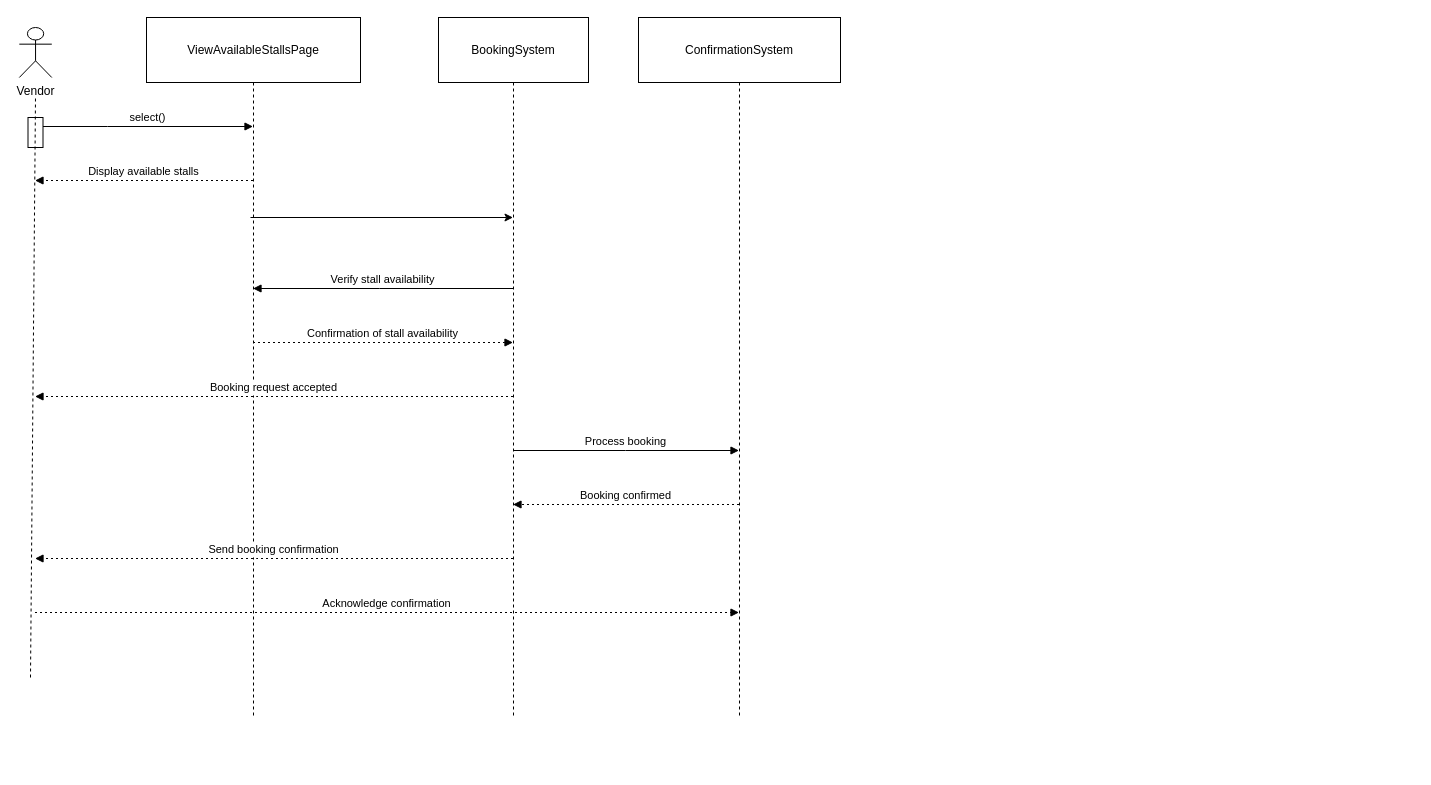
This is sequencediagram.drawio from osasuyiuhunmwagho/Hinton-Hotel-Sequence-Diagram, a draw.io file, before an edit. Source tidied: cells renumbered, new cells numbered last; positions are measured from the earlier drawing's top-left corner, leaving out a move shared by most shapes. Both pictures are drawn from the tidied source at 100%, with x=0, y=0 at pixel (19, 17).
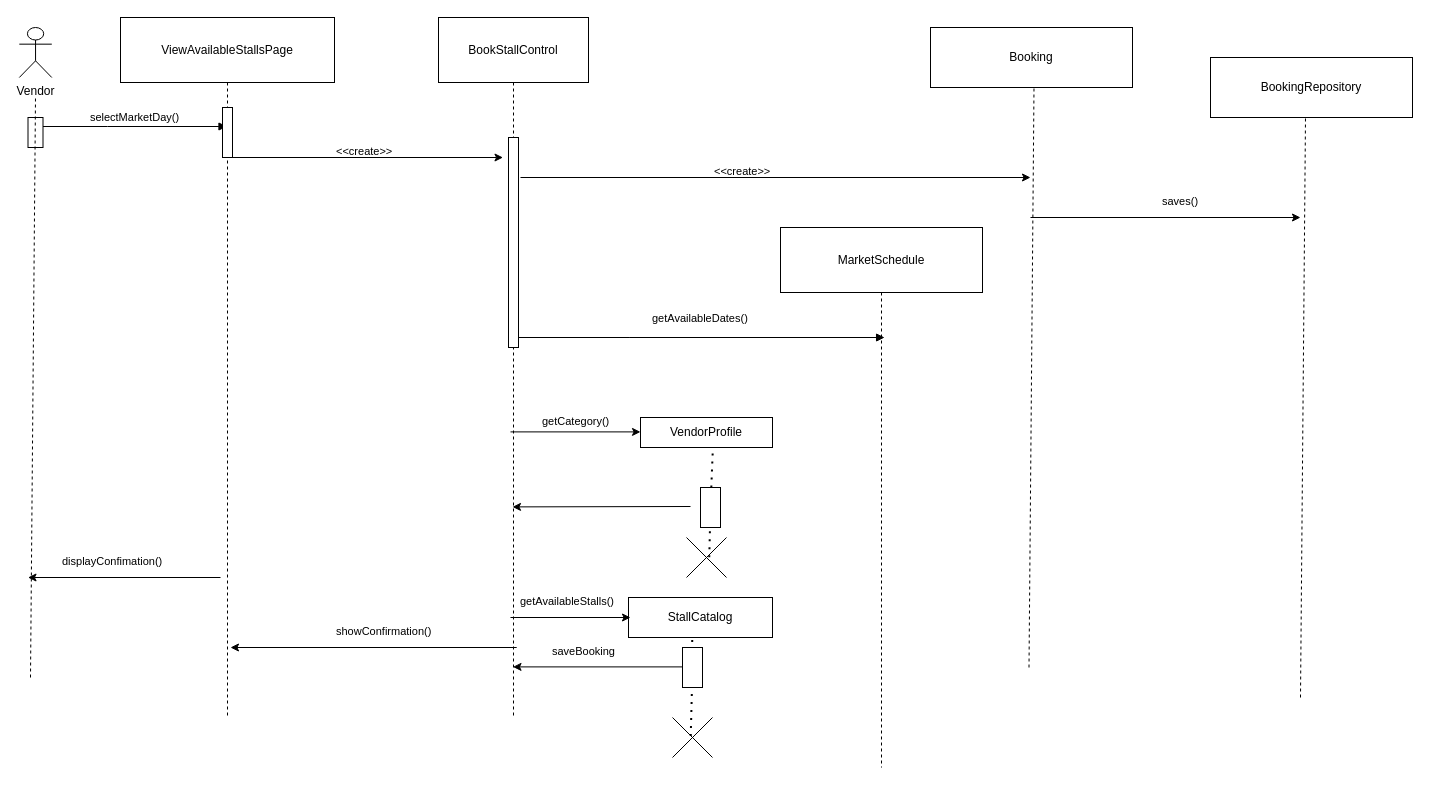
Above is the later version.

Unchanged cells that the change refers to:
```xml
<mxCell id="15" style="rounded=0;whiteSpace=wrap;html=1;" parent="1" vertex="1">
  <mxGeometry x="8.5" y="100" width="15" height="30" as="geometry" />
</mxCell>
```

The edit, as a diff of the source:
```diff
@@
     <mxCell id="2" value="ViewAvailableStallsPage" style="shape=umlLifeline;perimeter=lifelinePerimeter;whiteSpace=wrap;outlineConnect=0;portConstraint=eastwest;newEdgeStyle={&quot;edgeStyle&quot;:&quot;elbowEdgeStyle&quot;,&quot;elbow&quot;:&quot;vertical&quot;,&quot;curved&quot;:0,&quot;rounded&quot;:0};size=65;" parent="1" vertex="1">
-      <mxGeometry x="127" width="214" height="700" as="geometry" />
+      <mxGeometry x="101" width="214" height="700" as="geometry" />
     </mxCell>
-    <mxCell id="3" value="BookingSystem" style="shape=umlLifeline;perimeter=lifelinePerimeter;whiteSpace=wrap;outlineConnect=0;portConstraint=eastwest;newEdgeStyle={&quot;edgeStyle&quot;:&quot;elbowEdgeStyle&quot;,&quot;elbow&quot;:&quot;vertical&quot;,&quot;curved&quot;:0,&quot;rounded&quot;:0};size=65;" parent="1" vertex="1">
+    <mxCell id="3" value="BookStallControl" style="shape=umlLifeline;perimeter=lifelinePerimeter;whiteSpace=wrap;outlineConnect=0;portConstraint=eastwest;newEdgeStyle={&quot;edgeStyle&quot;:&quot;elbowEdgeStyle&quot;,&quot;elbow&quot;:&quot;vertical&quot;,&quot;curved&quot;:0,&quot;rounded&quot;:0};size=65;" parent="1" vertex="1">
       <mxGeometry x="419" width="150" height="700" as="geometry" />
     </mxCell>
-    <mxCell id="4" value="ConfirmationSystem" style="shape=umlLifeline;perimeter=lifelinePerimeter;whiteSpace=wrap;outlineConnect=0;portConstraint=eastwest;newEdgeStyle={&quot;edgeStyle&quot;:&quot;elbowEdgeStyle&quot;,&quot;elbow&quot;:&quot;vertical&quot;,&quot;curved&quot;:0,&quot;rounded&quot;:0};size=65;" parent="1" vertex="1">
-      <mxGeometry x="619" width="202" height="700" as="geometry" />
+    <mxCell id="4" value="MarketSchedule" style="shape=umlLifeline;perimeter=lifelinePerimeter;whiteSpace=wrap;outlineConnect=0;portConstraint=eastwest;newEdgeStyle={&quot;edgeStyle&quot;:&quot;elbowEdgeStyle&quot;,&quot;elbow&quot;:&quot;vertical&quot;,&quot;curved&quot;:0,&quot;rounded&quot;:0};size=65;" parent="1" vertex="1">
+      <mxGeometry x="761" y="210" width="202" height="540" as="geometry" />
     </mxCell>
-    <mxCell id="5" value="select()" style="verticalAlign=bottom;edgeStyle=elbowEdgeStyle;elbow=vertical;curved=0;rounded=0;endArrow=block;" parent="1" edge="1" source="15" target="2">
+    <mxCell id="5" value="selectMarketDay()" style="verticalAlign=bottom;edgeStyle=elbowEdgeStyle;elbow=vertical;curved=0;rounded=0;endArrow=block;" parent="1" edge="1" source="15" target="2">
       <mxGeometry relative="1" as="geometry">
         <Array as="points">
           <mxPoint x="88" y="109" />
         </Array>
       </mxGeometry>
     </mxCell>
-    <mxCell id="6" value="Display available stalls" style="verticalAlign=bottom;edgeStyle=elbowEdgeStyle;elbow=vertical;curved=0;rounded=0;dashed=1;dashPattern=2 3;endArrow=block;" parent="1" edge="1" source="2">
-      <mxGeometry relative="1" as="geometry">
-        <mxPoint x="15.5" y="163" as="targetPoint" />
-        <Array as="points">
-          <mxPoint x="91" y="163" />
-        </Array>
-      </mxGeometry>
-    </mxCell>
-    <mxCell id="7" value="Verify stall availability" style="verticalAlign=bottom;edgeStyle=elbowEdgeStyle;elbow=vertical;curved=0;rounded=0;endArrow=block;" parent="1" edge="1" source="3" target="2">
-      <mxGeometry relative="1" as="geometry">
-        <Array as="points">
-          <mxPoint x="360" y="271" />
-        </Array>
-      </mxGeometry>
-    </mxCell>
-    <mxCell id="8" value="Confirmation of stall availability" style="verticalAlign=bottom;edgeStyle=elbowEdgeStyle;elbow=vertical;curved=0;rounded=0;dashed=1;dashPattern=2 3;endArrow=block;" parent="1" edge="1" source="2" target="3">
-      <mxGeometry relative="1" as="geometry">
-        <Array as="points">
-          <mxPoint x="357" y="325" />
-        </Array>
-      </mxGeometry>
-    </mxCell>
-    <mxCell id="9" value="Booking request accepted" style="verticalAlign=bottom;edgeStyle=elbowEdgeStyle;elbow=vertical;curved=0;rounded=0;dashed=1;dashPattern=2 3;endArrow=block;" parent="1" edge="1" source="3">
-      <mxGeometry relative="1" as="geometry">
-        <mxPoint x="15.5" y="379" as="targetPoint" />
-        <Array as="points">
-          <mxPoint x="237" y="379" />
-        </Array>
-      </mxGeometry>
-    </mxCell>
-    <mxCell id="10" value="Process booking" style="verticalAlign=bottom;edgeStyle=elbowEdgeStyle;elbow=vertical;curved=0;rounded=0;endArrow=block;" parent="1" edge="1" source="3" target="4">
-      <mxGeometry relative="1" as="geometry">
+    <mxCell id="10" value="getAvailableDates()" style="verticalAlign=bottom;edgeStyle=elbowEdgeStyle;elbow=vertical;curved=0;rounded=0;endArrow=block;" parent="1" edge="1">
+      <mxGeometry y="10" relative="1" as="geometry">
+        <mxPoint x="496.9" y="320" as="sourcePoint" />
+        <mxPoint x="865.1" y="320" as="targetPoint" />
         <Array as="points">
-          <mxPoint x="606" y="433" />
+          <mxPoint x="609.6" y="320" />
         </Array>
       </mxGeometry>
     </mxCell>
-    <mxCell id="11" value="Booking confirmed" style="verticalAlign=bottom;edgeStyle=elbowEdgeStyle;elbow=vertical;curved=0;rounded=0;dashed=1;dashPattern=2 3;endArrow=block;" parent="1" edge="1" source="4" target="3">
-      <mxGeometry relative="1" as="geometry">
-        <Array as="points">
-          <mxPoint x="609" y="487" />
-        </Array>
-      </mxGeometry>
-    </mxCell>
-    <mxCell id="12" value="Send booking confirmation" style="verticalAlign=bottom;edgeStyle=elbowEdgeStyle;elbow=vertical;curved=0;rounded=0;dashed=1;dashPattern=2 3;endArrow=block;" parent="1" edge="1" source="3">
-      <mxGeometry relative="1" as="geometry">
-        <mxPoint x="15.5" y="541" as="targetPoint" />
-        <Array as="points">
-          <mxPoint x="237" y="541" />
-        </Array>
-      </mxGeometry>
-    </mxCell>
-    <mxCell id="13" value="Acknowledge confirmation" style="verticalAlign=bottom;edgeStyle=elbowEdgeStyle;elbow=vertical;curved=0;rounded=0;dashed=1;dashPattern=2 3;endArrow=block;" parent="1" edge="1" target="4">
-      <mxGeometry relative="1" as="geometry">
-        <mxPoint x="15.5" y="595" as="sourcePoint" />
-        <Array as="points">
-          <mxPoint x="337" y="595" />
-        </Array>
-      </mxGeometry>
-    </mxCell>
@@
-    <mxCell id="18" style="endArrow=classic;html=1;rounded=0;" parent="1" edge="1" target="3">
+    <mxCell id="18" style="endArrow=classic;html=1;rounded=0;" parent="1" edge="1">
       <mxGeometry relative="1" as="geometry">
-        <mxPoint x="231" y="200" as="sourcePoint" />
+        <mxPoint x="211" y="140" as="sourcePoint" />
+        <mxPoint x="483.5" y="140" as="targetPoint" />
       </mxGeometry>
     </mxCell>
+    <mxCell id="19" value="&lt;span style=&quot;color: rgb(0, 0, 0); font-family: Helvetica; font-size: 11px; font-style: normal; font-variant-ligatures: normal; font-variant-caps: normal; font-weight: 400; letter-spacing: normal; orphans: 2; text-align: center; text-indent: 0px; text-transform: none; widows: 2; word-spacing: 0px; -webkit-text-stroke-width: 0px; white-space: nowrap; background-color: rgb(255, 255, 255); text-decoration-thickness: initial; text-decoration-style: initial; text-decoration-color: initial; float: none; display: inline !important;&quot;&gt;&amp;lt;&amp;lt;create&amp;gt;&amp;gt;&lt;/span&gt;" style="text;whiteSpace=wrap;html=1;" parent="1" vertex="1">
+      <mxGeometry x="315" y="120" width="60" height="20" as="geometry" />
+    </mxCell>
+    <mxCell id="20" style="endArrow=none;dashed=1;html=1;rounded=0;" parent="1" edge="1">
+      <mxGeometry relative="1" as="geometry">
+        <mxPoint x="1281" y="680" as="sourcePoint" />
+        <mxPoint x="1286" y="100" as="targetPoint" />
+      </mxGeometry>
+    </mxCell>
+    <mxCell id="21" value="VendorProfile" style="shape=umlLifeline;perimeter=lifelinePerimeter;whiteSpace=wrap;newEdgeStyle={&quot;edgeStyle&quot;:&quot;elbowEdgeStyle&quot;,&quot;elbow&quot;:&quot;vertical&quot;,&quot;curved&quot;:0,&quot;rounded&quot;:0};size=30;" parent="1" vertex="1">
+      <mxGeometry x="621" y="400" width="132" height="30" as="geometry" />
+    </mxCell>
+    <mxCell id="22" value="StallCatalog" style="shape=umlLifeline;perimeter=lifelinePerimeter;whiteSpace=wrap;newEdgeStyle={&quot;edgeStyle&quot;:&quot;elbowEdgeStyle&quot;,&quot;elbow&quot;:&quot;vertical&quot;,&quot;curved&quot;:0,&quot;rounded&quot;:0};size=65;" parent="1" vertex="1">
+      <mxGeometry x="609" y="580" width="144" height="40" as="geometry" />
+    </mxCell>
+    <mxCell id="23" value="Booking" style="shape=umlLifeline;perimeter=lifelinePerimeter;whiteSpace=wrap;newEdgeStyle={&quot;edgeStyle&quot;:&quot;elbowEdgeStyle&quot;,&quot;elbow&quot;:&quot;vertical&quot;,&quot;curved&quot;:0,&quot;rounded&quot;:0};size=65;" parent="1" vertex="1">
+      <mxGeometry x="911" y="10" width="202" height="60" as="geometry" />
+    </mxCell>
+    <mxCell id="24" value="BookingRepository" style="shape=umlLifeline;perimeter=lifelinePerimeter;whiteSpace=wrap;newEdgeStyle={&quot;edgeStyle&quot;:&quot;elbowEdgeStyle&quot;,&quot;elbow&quot;:&quot;vertical&quot;,&quot;curved&quot;:0,&quot;rounded&quot;:0};size=65;" parent="1" vertex="1">
+      <mxGeometry x="1191" y="40" width="202" height="60" as="geometry" />
+    </mxCell>
+    <mxCell id="25" value="&lt;span style=&quot;color: rgb(0, 0, 0); font-family: Helvetica; font-size: 11px; font-style: normal; font-variant-ligatures: normal; font-variant-caps: normal; font-weight: 400; letter-spacing: normal; orphans: 2; text-align: center; text-indent: 0px; text-transform: none; widows: 2; word-spacing: 0px; -webkit-text-stroke-width: 0px; white-space: nowrap; background-color: rgb(255, 255, 255); text-decoration-thickness: initial; text-decoration-style: initial; text-decoration-color: initial; float: none; display: inline !important;&quot;&gt;getAvailableStalls()&lt;/span&gt;" style="text;whiteSpace=wrap;html=1;" parent="1" vertex="1">
+      <mxGeometry x="499" y="570" width="60" height="40" as="geometry" />
+    </mxCell>
+    <mxCell id="26" style="endArrow=classic;html=1;rounded=0;" parent="1" edge="1">
+      <mxGeometry relative="1" as="geometry">
+        <mxPoint x="491" y="414.4" as="sourcePoint" />
+        <mxPoint x="621" y="414.4" as="targetPoint" />
+      </mxGeometry>
+    </mxCell>
+    <mxCell id="27" value="&lt;span style=&quot;color: rgb(0, 0, 0); font-family: Helvetica; font-size: 11px; font-style: normal; font-variant-ligatures: normal; font-variant-caps: normal; font-weight: 400; letter-spacing: normal; orphans: 2; text-align: center; text-indent: 0px; text-transform: none; widows: 2; word-spacing: 0px; -webkit-text-stroke-width: 0px; white-space: nowrap; background-color: rgb(255, 255, 255); text-decoration-thickness: initial; text-decoration-style: initial; text-decoration-color: initial; float: none; display: inline !important;&quot;&gt;getCategory()&lt;/span&gt;" style="text;whiteSpace=wrap;html=1;" parent="1" vertex="1">
+      <mxGeometry x="521" y="390" width="60" height="40" as="geometry" />
+    </mxCell>
+    <mxCell id="28" style="endArrow=classic;html=1;rounded=0;" parent="1" edge="1">
+      <mxGeometry relative="1" as="geometry">
+        <mxPoint x="491" y="600" as="sourcePoint" />
+        <mxPoint x="611" y="600" as="targetPoint" />
+      </mxGeometry>
+    </mxCell>
+    <mxCell id="29" style="endArrow=classic;html=1;rounded=0;" parent="1" edge="1">
+      <mxGeometry relative="1" as="geometry">
+        <mxPoint x="501" y="160" as="sourcePoint" />
+        <mxPoint x="1011" y="160" as="targetPoint" />
+      </mxGeometry>
+    </mxCell>
+    <mxCell id="30" style="endArrow=none;dashed=1;html=1;rounded=0;" parent="1" edge="1">
+      <mxGeometry relative="1" as="geometry">
+        <mxPoint x="1009.5" y="650" as="sourcePoint" />
+        <mxPoint x="1014.5" y="70" as="targetPoint" />
+      </mxGeometry>
+    </mxCell>
+    <mxCell id="31" value="&lt;span style=&quot;color: rgb(0, 0, 0); font-family: Helvetica; font-size: 11px; font-style: normal; font-variant-ligatures: normal; font-variant-caps: normal; font-weight: 400; letter-spacing: normal; orphans: 2; text-align: center; text-indent: 0px; text-transform: none; widows: 2; word-spacing: 0px; -webkit-text-stroke-width: 0px; white-space: nowrap; background-color: rgb(255, 255, 255); text-decoration-thickness: initial; text-decoration-style: initial; text-decoration-color: initial; float: none; display: inline !important;&quot;&gt;&amp;lt;&amp;lt;create&amp;gt;&amp;gt;&lt;/span&gt;" style="text;whiteSpace=wrap;html=1;" parent="1" vertex="1">
+      <mxGeometry x="693" y="140" width="60" height="20" as="geometry" />
+    </mxCell>
+    <mxCell id="32" style="endArrow=classic;html=1;rounded=0;" parent="1" edge="1">
+      <mxGeometry relative="1" as="geometry">
+        <mxPoint x="201" y="560" as="sourcePoint" />
+        <mxPoint x="8.5" y="560" as="targetPoint" />
+      </mxGeometry>
+    </mxCell>
+    <mxCell id="33" value="&lt;span style=&quot;color: rgb(0, 0, 0); font-family: Helvetica; font-size: 11px; font-style: normal; font-variant-ligatures: normal; font-variant-caps: normal; font-weight: 400; letter-spacing: normal; orphans: 2; text-align: center; text-indent: 0px; text-transform: none; widows: 2; word-spacing: 0px; -webkit-text-stroke-width: 0px; white-space: nowrap; background-color: rgb(255, 255, 255); text-decoration-thickness: initial; text-decoration-style: initial; text-decoration-color: initial; float: none; display: inline !important;&quot;&gt;showConfirmation()&lt;/span&gt;" style="text;whiteSpace=wrap;html=1;" parent="1" vertex="1">
+      <mxGeometry x="315" y="600" width="140" height="40" as="geometry" />
+    </mxCell>
+    <mxCell id="34" style="endArrow=classic;html=1;rounded=0;" parent="1" edge="1">
+      <mxGeometry relative="1" as="geometry">
+        <mxPoint x="497.2" y="630" as="sourcePoint" />
+        <mxPoint x="211" y="630" as="targetPoint" />
+      </mxGeometry>
+    </mxCell>
+    <mxCell id="35" value="&lt;span style=&quot;color: rgb(0, 0, 0); font-family: Helvetica; font-size: 11px; font-style: normal; font-variant-ligatures: normal; font-variant-caps: normal; font-weight: 400; letter-spacing: normal; orphans: 2; text-align: center; text-indent: 0px; text-transform: none; widows: 2; word-spacing: 0px; -webkit-text-stroke-width: 0px; white-space: nowrap; background-color: rgb(255, 255, 255); text-decoration-thickness: initial; text-decoration-style: initial; text-decoration-color: initial; float: none; display: inline !important;&quot;&gt;displayConfimation()&lt;/span&gt;" style="text;whiteSpace=wrap;html=1;" parent="1" vertex="1">
+      <mxGeometry x="41" y="530" width="140" height="40" as="geometry" />
+    </mxCell>
+    <mxCell id="36" style="rounded=0;whiteSpace=wrap;html=1;" parent="1" vertex="1">
+      <mxGeometry x="203" y="90" width="10" height="50" as="geometry" />
+    </mxCell>
+    <mxCell id="37" style="rounded=0;whiteSpace=wrap;html=1;" parent="1" vertex="1">
+      <mxGeometry x="489" y="120" width="10" height="210" as="geometry" />
+    </mxCell>
+    <mxCell id="38" style="endArrow=none;dashed=1;html=1;dashPattern=1 3;strokeWidth=2;rounded=0;exitX=0.456;exitY=0.462;exitDx=0;exitDy=0;exitPerimeter=0;" parent="1" edge="1" source="45">
+      <mxGeometry relative="1" as="geometry">
+        <mxPoint x="672.8" y="620" as="targetPoint" />
+      </mxGeometry>
+    </mxCell>
+    <mxCell id="39" style="endArrow=none;dashed=1;html=1;dashPattern=1 3;strokeWidth=2;rounded=0;" parent="1" edge="1" source="43">
+      <mxGeometry relative="1" as="geometry">
+        <mxPoint x="693.4" y="430" as="targetPoint" />
+      </mxGeometry>
+    </mxCell>
+    <mxCell id="40" style="shape=mxgraph.sysml.x;" parent="1" vertex="1">
+      <mxGeometry x="653" y="700" width="40" height="40" as="geometry" />
+    </mxCell>
+    <mxCell id="41" style="shape=mxgraph.sysml.x;" parent="1" vertex="1">
+      <mxGeometry x="667" y="520" width="40" height="40" as="geometry" />
+    </mxCell>
+    <mxCell id="42" style="endArrow=none;dashed=1;html=1;dashPattern=1 3;strokeWidth=2;rounded=0;exitX=0.569;exitY=0.494;exitDx=0;exitDy=0;exitPerimeter=0;" parent="1" edge="1" source="41" target="43">
+      <mxGeometry relative="1" as="geometry" />
+    </mxCell>
+    <mxCell id="43" style="rounded=0;whiteSpace=wrap;html=1;" parent="1" vertex="1">
+      <mxGeometry x="681" y="470" width="20" height="40" as="geometry" />
+    </mxCell>
+    <mxCell id="44" style="endArrow=none;dashed=1;html=1;dashPattern=1 3;strokeWidth=2;rounded=0;exitX=0.456;exitY=0.462;exitDx=0;exitDy=0;exitPerimeter=0;" parent="1" edge="1" source="40" target="45">
+      <mxGeometry relative="1" as="geometry" />
+    </mxCell>
+    <mxCell id="45" style="rounded=0;whiteSpace=wrap;html=1;" parent="1" vertex="1">
+      <mxGeometry x="663" y="630" width="20" height="40" as="geometry" />
+    </mxCell>
+    <mxCell id="46" style="endArrow=classic;html=1;rounded=0;" parent="1" edge="1" target="3">
+      <mxGeometry relative="1" as="geometry">
+        <mxPoint x="663" y="649.4" as="sourcePoint" />
+      </mxGeometry>
+    </mxCell>
+    <mxCell id="47" style="endArrow=classic;html=1;rounded=0;" parent="1" edge="1">
+      <mxGeometry relative="1" as="geometry">
+        <mxPoint x="671" y="489" as="sourcePoint" />
+        <mxPoint x="493" y="489.4" as="targetPoint" />
+      </mxGeometry>
+    </mxCell>
+    <mxCell id="48" value="&lt;span style=&quot;color: rgb(0, 0, 0); font-family: Helvetica; font-size: 11px; font-style: normal; font-variant-ligatures: normal; font-variant-caps: normal; font-weight: 400; letter-spacing: normal; orphans: 2; text-align: center; text-indent: 0px; text-transform: none; widows: 2; word-spacing: 0px; -webkit-text-stroke-width: 0px; white-space: nowrap; background-color: rgb(255, 255, 255); text-decoration-thickness: initial; text-decoration-style: initial; text-decoration-color: initial; float: none; display: inline !important;&quot;&gt;saveBooking&lt;/span&gt;" style="text;whiteSpace=wrap;html=1;" parent="1" vertex="1">
+      <mxGeometry x="531" y="620" width="60" height="40" as="geometry" />
+    </mxCell>
+    <mxCell id="49" style="endArrow=classic;html=1;rounded=0;" parent="1" edge="1">
+      <mxGeometry relative="1" as="geometry">
+        <mxPoint x="1011" y="200" as="sourcePoint" />
+        <mxPoint x="1281" y="200" as="targetPoint" />
+      </mxGeometry>
+    </mxCell>
+    <mxCell id="50" value="&lt;span style=&quot;color: rgb(0, 0, 0); font-family: Helvetica; font-size: 11px; font-style: normal; font-variant-ligatures: normal; font-variant-caps: normal; font-weight: 400; letter-spacing: normal; orphans: 2; text-align: center; text-indent: 0px; text-transform: none; widows: 2; word-spacing: 0px; -webkit-text-stroke-width: 0px; white-space: nowrap; background-color: rgb(255, 255, 255); text-decoration-thickness: initial; text-decoration-style: initial; text-decoration-color: initial; float: none; display: inline !important;&quot;&gt;saves()&lt;/span&gt;" style="text;whiteSpace=wrap;html=1;" parent="1" vertex="1">
+      <mxGeometry x="1141" y="170" width="60" height="20" as="geometry" />
+    </mxCell>
```
